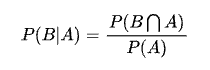
Before: nb_img001.png, a diagram exported from draw.io (JihoonYun/ds). Source tidied: cells renumbered, new cells last; positions are measured from the earlier drawing's top-left corner, leaving out a move shared by most shapes. Source of this version:
```xml
<mxGraphModel math="1">
  <root>
    <mxCell id="0" />
    <mxCell id="1" parent="0" />
    <mxCell id="2" value="$$P(B|A) = \frac{P(B\bigcap A)}{P(A)}$$" style="text;whiteSpace=wrap;html=1;fontSize=15;align=center;verticalAlign=middle;fontStyle=1;" parent="1" vertex="1">
      <mxGeometry width="210" height="70" as="geometry" />
    </mxCell>
  </root>
</mxGraphModel>
```
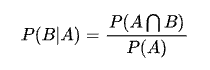
Later version of the same file.

The edit, as a diff of the source:
```diff
@@ -2,7 +2,7 @@
   <root>
     <mxCell id="0" />
     <mxCell id="1" parent="0" />
-    <mxCell id="2" value="$$P(B|A) = \frac{P(B\bigcap A)}{P(A)}$$" style="text;whiteSpace=wrap;html=1;fontSize=15;align=center;verticalAlign=middle;fontStyle=1;" parent="1" vertex="1">
+    <mxCell id="2" value="$$P(B|A) = \frac{P(A\bigcap B)}{P(A)}$$" style="text;whiteSpace=wrap;html=1;fontSize=15;align=center;verticalAlign=middle;fontStyle=1;" parent="1" vertex="1">
       <mxGeometry width="210" height="70" as="geometry" />
     </mxCell>
   </root>
```
